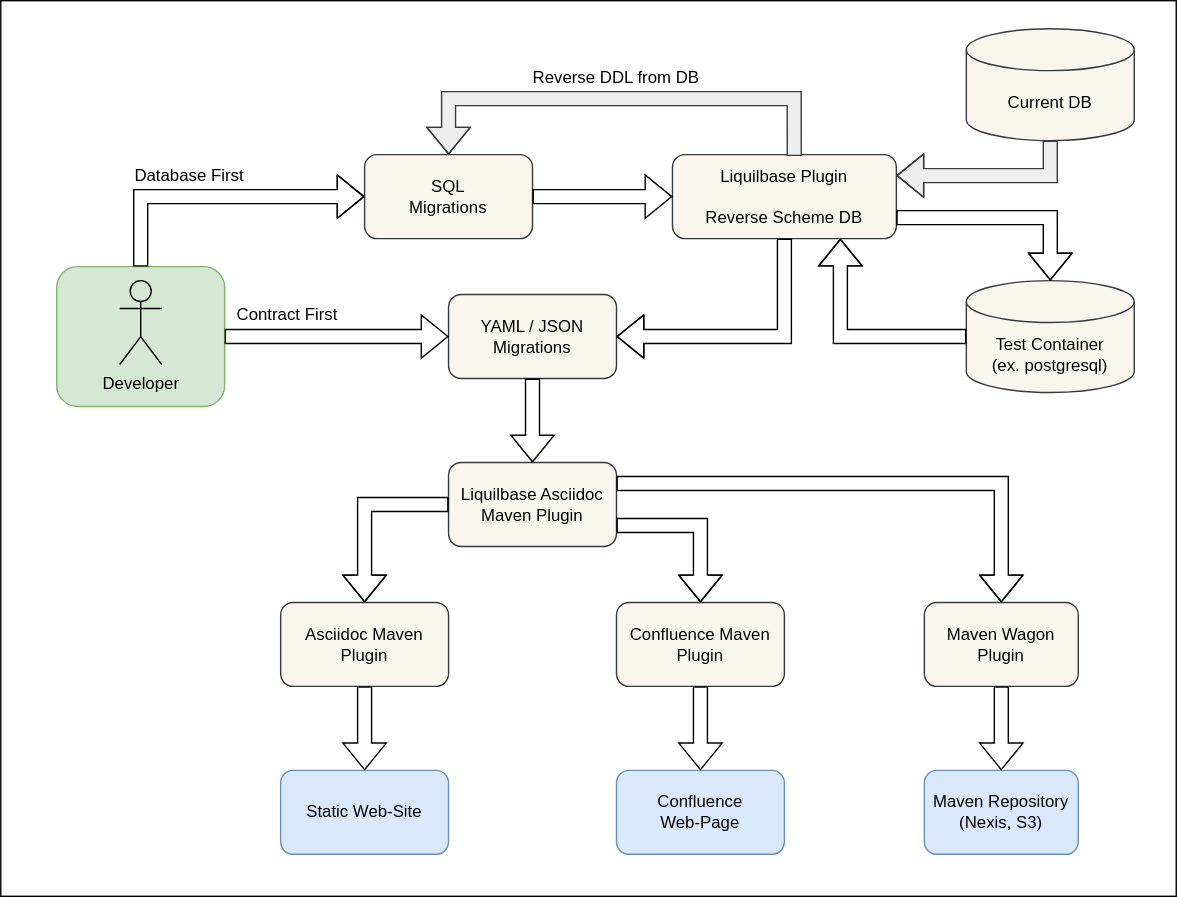
The draw.io diagram doc/context-view.svg in denis-volnenko/liquibase-asciidoc-maven-plugin, before a commit. Source tidied: cells renumbered, new cells last; positions are measured from the earlier drawing's top-left corner, leaving out a move shared by most shapes.
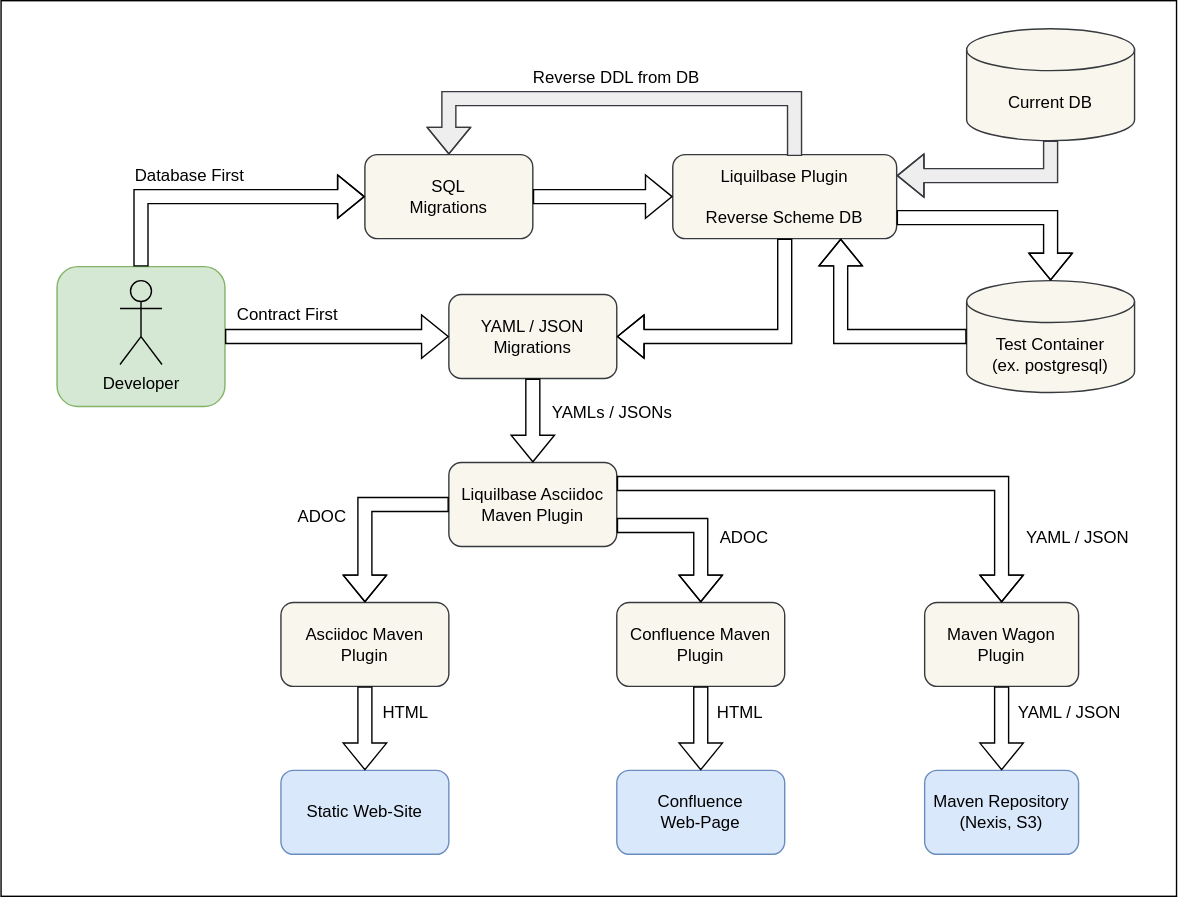
The same diagram one commit later.

The edit, as a diff of the source:
```diff
@@ -139,5 +139,26 @@
     <mxCell id="34" style="shape=flexArrow;endArrow=classic;html=1;rounded=0;fillColor=default;exitX=0.5;exitY=1;exitDx=0;exitDy=0;entryX=0.5;entryY=0;entryDx=0;entryDy=0;" parent="1" edge="1" source="31" target="33">
       <mxGeometry relative="1" as="geometry" />
     </mxCell>
+    <mxCell id="35" value="ADOC" style="text;html=1;strokeColor=none;fillColor=none;align=left;verticalAlign=middle;whiteSpace=wrap;rounded=0;" parent="1" vertex="1">
+      <mxGeometry x="512" y="369" width="60" height="30" as="geometry" />
+    </mxCell>
+    <mxCell id="36" value="HTML" style="text;html=1;strokeColor=none;fillColor=none;align=left;verticalAlign=middle;whiteSpace=wrap;rounded=0;" parent="1" vertex="1">
+      <mxGeometry x="510" y="494" width="60" height="30" as="geometry" />
+    </mxCell>
+    <mxCell id="37" value="HTML" style="text;html=1;strokeColor=none;fillColor=none;align=left;verticalAlign=middle;whiteSpace=wrap;rounded=0;" parent="1" vertex="1">
+      <mxGeometry x="271" y="494" width="60" height="30" as="geometry" />
+    </mxCell>
+    <mxCell id="38" value="ADOC" style="text;html=1;strokeColor=none;fillColor=none;align=right;verticalAlign=middle;whiteSpace=wrap;rounded=0;" parent="1" vertex="1">
+      <mxGeometry x="189" y="354" width="60" height="30" as="geometry" />
+    </mxCell>
+    <mxCell id="39" value="YAML / JSON" style="text;html=1;strokeColor=none;fillColor=none;align=left;verticalAlign=middle;whiteSpace=wrap;rounded=0;" parent="1" vertex="1">
+      <mxGeometry x="725" y="494" width="97" height="30" as="geometry" />
+    </mxCell>
+    <mxCell id="40" value="YAML / JSON" style="text;html=1;strokeColor=none;fillColor=none;align=left;verticalAlign=middle;whiteSpace=wrap;rounded=0;" parent="1" vertex="1">
+      <mxGeometry x="731" y="369" width="97" height="30" as="geometry" />
+    </mxCell>
+    <mxCell id="41" value="YAMLs / JSONs" style="text;html=1;strokeColor=none;fillColor=none;align=left;verticalAlign=middle;whiteSpace=wrap;rounded=0;" parent="1" vertex="1">
+      <mxGeometry x="391.5" y="280" width="97" height="30" as="geometry" />
+    </mxCell>
   </root>
 </mxGraphModel>
```
